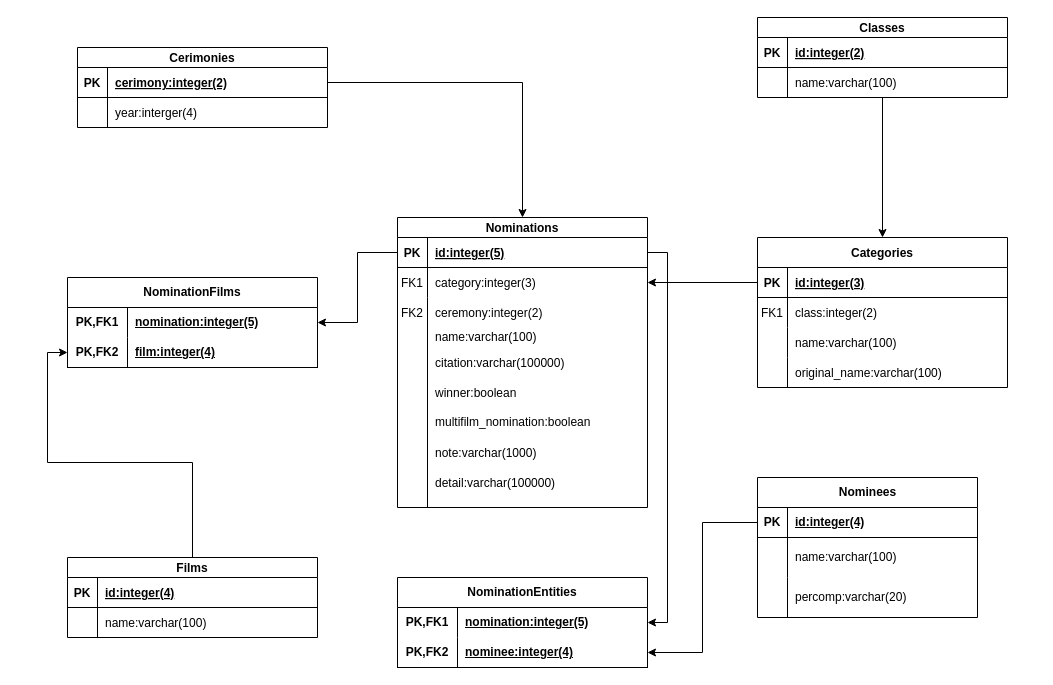
Before: modelo_relacional_oscars.drawio in QuAleAcEna/PythonAppOscars, a draw.io diagram. Source tidied: cells renumbered, new cells numbered last; positions are measured from the earlier drawing's top-left corner, leaving out a move shared by most shapes. Both pictures are drawn from the tidied source at 100%, with x=0, y=0 at pixel (67, 17).
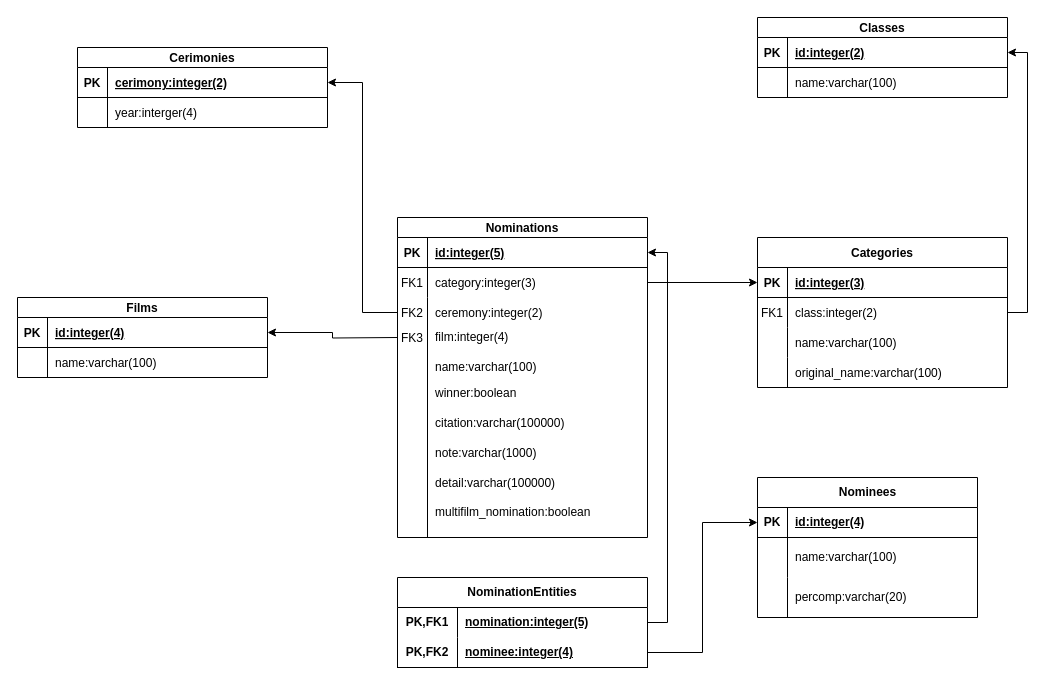
The same page after the edit.

Unchanged cells that the change refers to:
```xml
<mxCell id="2" value="Classes" style="shape=table;startSize=20;childLayout=tableLayout;rowLines=0;fontStyle=1;align=center;" parent="1" vertex="1">
  <mxGeometry x="690" width="250" height="80" as="geometry" />
</mxCell>
<mxCell id="3" style="shape=partialRectangle;fillColor=none;points=[[0,0.5],[1,0.5]];portConstraint=eastwest;top=0;left=0;right=0;bottom=1;" parent="2" vertex="1">
  <mxGeometry y="20" width="250" height="30" as="geometry" />
</mxCell>
<mxCell id="9" value="Categories" style="shape=table;startSize=30;childLayout=tableLayout;rowLines=0;fontStyle=1;align=center;" parent="1" vertex="1">
  <mxGeometry x="690" y="220" width="250" height="150" as="geometry" />
</mxCell>
<mxCell id="10" style="shape=partialRectangle;fillColor=none;points=[[0,0.5],[1,0.5]];portConstraint=eastwest;top=0;left=0;right=0;bottom=1;" parent="9" vertex="1">
  <mxGeometry y="30" width="250" height="30" as="geometry" />
</mxCell>
<mxCell id="13" style="shape=partialRectangle;fillColor=none;points=[[0,0.5],[1,0.5]];portConstraint=eastwest;top=0;left=0;right=0;bottom=0;" parent="9" vertex="1">
  <mxGeometry y="60" width="250" height="30" as="geometry" />
</mxCell>
<mxCell id="23" style="shape=partialRectangle;fillColor=none;points=[[0,0.5],[1,0.5]];portConstraint=eastwest;top=0;left=0;right=0;bottom=1;" parent="22" vertex="1">
  <mxGeometry y="20" width="250" height="30" as="geometry" />
</mxCell>
<mxCell id="30" style="shape=partialRectangle;fillColor=none;points=[[0,0.5],[1,0.5]];portConstraint=eastwest;top=0;left=0;right=0;bottom=1;" parent="29" vertex="1">
  <mxGeometry y="20" width="250" height="30" as="geometry" />
</mxCell>
<mxCell id="37" style="shape=partialRectangle;fillColor=none;points=[[0,0.5],[1,0.5]];portConstraint=eastwest;top=0;left=0;right=0;bottom=1;" parent="36" vertex="1">
  <mxGeometry y="20" width="250" height="30" as="geometry" />
</mxCell>
<mxCell id="40" style="shape=partialRectangle;fillColor=none;points=[[0,0.5],[1,0.5]];portConstraint=eastwest;top=0;left=0;right=0;bottom=0;" parent="36" vertex="1">
  <mxGeometry y="50" width="250" height="30" as="geometry" />
</mxCell>
<mxCell id="49" style="shape=tableRow;horizontal=0;startSize=0;swimlaneHead=0;swimlaneBody=0;fillColor=none;points=[[0,0.5],[1,0.5]];portConstraint=eastwest;top=0;left=0;right=0;bottom=0;html=1;" parent="48" vertex="1">
  <mxGeometry y="30" width="250" height="30" as="geometry" />
</mxCell>
<mxCell id="52" style="shape=tableRow;horizontal=0;startSize=0;swimlaneHead=0;swimlaneBody=0;fillColor=none;points=[[0,0.5],[1,0.5]];portConstraint=eastwest;top=0;left=0;right=0;bottom=1;html=1;" parent="48" vertex="1">
  <mxGeometry y="60" width="250" height="30" as="geometry" />
</mxCell>
<mxCell id="63" style="shape=tableRow;horizontal=0;startSize=0;swimlaneHead=0;swimlaneBody=0;fillColor=none;points=[[0,0.5],[1,0.5]];portConstraint=eastwest;top=0;left=0;right=0;bottom=1;" parent="62" vertex="1">
  <mxGeometry y="30" width="220" height="30" as="geometry" />
</mxCell>
<mxCell id="82" style="shape=partialRectangle;fillColor=none;points=[[0,0.5],[1,0.5]];portConstraint=eastwest;top=0;left=0;right=0;bottom=0;" parent="1" vertex="1">
  <mxGeometry x="330" y="280" width="250" height="30" as="geometry" />
</mxCell>
```

Diff of the diagram source:
```diff
@@
+    <mxCell id="85" style="edgeStyle=orthogonalEdgeStyle;rounded=0;jettySize=auto;html=1;exitX=1;exitY=0.5;exitDx=0;exitDy=0;entryX=1;entryY=0.5;entryDx=0;entryDy=0;" parent="1" edge="1" source="13" target="3">
+      <mxGeometry relative="1" as="geometry" />
+    </mxCell>
@@
-    <mxCell id="26" style="endArrow=classic;html=1;rounded=0;entryX=0.5;entryY=0;entryDx=0;entryDy=0;exitX=0.5;exitY=1;exitDx=0;exitDy=0;" parent="1" edge="1" source="2" target="9">
-      <mxGeometry relative="1" as="geometry" />
-    </mxCell>
-    <mxCell id="27" style="endArrow=classic;html=1;rounded=0;exitX=0;exitY=0.5;exitDx=0;exitDy=0;entryX=1;entryY=0.5;entryDx=0;entryDy=0;" parent="1" edge="1" source="10" target="40">
-      <mxGeometry relative="1" as="geometry" />
-    </mxCell>
-    <mxCell id="28" style="edgeStyle=orthogonalEdgeStyle;rounded=0;jettySize=auto;html=1;exitX=0.5;exitY=0;exitDx=0;exitDy=0;entryX=0;entryY=0.5;entryDx=0;entryDy=0;" parent="1" edge="1" source="29" target="77">
-      <mxGeometry relative="1" as="geometry" />
-    </mxCell>
     <mxCell id="29" value="Films" style="shape=table;startSize=20;childLayout=tableLayout;rowLines=0;fontStyle=1;align=center;" parent="1" vertex="1">
-      <mxGeometry y="540" width="250" height="80" as="geometry" />
+      <mxGeometry x="-50" y="280" width="250" height="80" as="geometry" />
     </mxCell>
@@
+    <mxCell id="86" style="edgeStyle=orthogonalEdgeStyle;rounded=0;jettySize=auto;html=1;entryX=1;entryY=0.5;entryDx=0;entryDy=0;" parent="1" edge="1" target="30">
+      <mxGeometry relative="1" as="geometry">
+        <mxPoint x="330" y="320" as="sourcePoint" />
+      </mxGeometry>
+    </mxCell>
     <mxCell id="36" value="Nominations" style="shape=table;startSize=20;childLayout=tableLayout;rowLines=0;fontStyle=1;align=center;swimlaneLine=1;" parent="1" vertex="1">
-      <mxGeometry x="330" y="200" width="250" height="290" as="geometry" />
+      <mxGeometry x="330" y="200" width="250" height="320" as="geometry" />
     </mxCell>
@@
     <mxCell id="45" value="citation:varchar(100000)" style="shape=partialRectangle;overflow=hidden;fillColor=none;top=0;left=0;bottom=0;right=0;align=left;spacingLeft=6;" parent="1" vertex="1">
-      <mxGeometry x="360" y="330" width="220" height="30" as="geometry" />
+      <mxGeometry x="360" y="390" width="220" height="30" as="geometry" />
     </mxCell>
@@
     <mxCell id="47" style="endArrow=none;html=1;rounded=0;" parent="1" edge="1">
       <mxGeometry relative="1" as="geometry">
-        <mxPoint x="360" y="490" as="sourcePoint" />
+        <mxPoint x="360" y="520" as="sourcePoint" />
         <mxPoint x="360" y="280" as="targetPoint" />
       </mxGeometry>
     </mxCell>
@@
-    <mxCell id="55" style="edgeStyle=orthogonalEdgeStyle;rounded=0;jettySize=auto;html=1;exitX=1;exitY=0.5;exitDx=0;exitDy=0;entryX=1;entryY=0.5;entryDx=0;entryDy=0;" parent="1" edge="1" source="37" target="49">
-      <mxGeometry relative="1" as="geometry" />
-    </mxCell>
-    <mxCell id="56" style="edgeStyle=orthogonalEdgeStyle;rounded=0;jettySize=auto;html=1;exitX=0;exitY=0.5;exitDx=0;exitDy=0;entryX=1;entryY=0.5;entryDx=0;entryDy=0;" parent="1" edge="1" source="63" target="52">
-      <mxGeometry relative="1" as="geometry" />
-    </mxCell>
@@
     <mxCell id="61" value="multifilm_nomination:boolean" style="shape=partialRectangle;fillColor=none;top=0;left=0;bottom=0;right=0;align=left;spacingLeft=6;overflow=hidden;whiteSpace=wrap;html=1;" parent="1" vertex="1">
-      <mxGeometry x="360" y="390" width="190" height="30" as="geometry" />
+      <mxGeometry x="360" y="480" width="190" height="30" as="geometry" />
     </mxCell>
@@
     <mxCell id="72" value="name:varchar(100)" style="shape=partialRectangle;fillColor=none;top=0;left=0;bottom=0;right=0;align=left;spacingLeft=6;overflow=hidden;whiteSpace=wrap;html=1;" parent="1" vertex="1">
-      <mxGeometry x="360" y="300" width="190" height="40" as="geometry" />
+      <mxGeometry x="360" y="330" width="190" height="40" as="geometry" />
     </mxCell>
-    <mxCell id="73" value="NominationFilms" style="shape=table;startSize=30;childLayout=tableLayout;rowLines=0;fontStyle=1;align=center;html=1;whiteSpace=wrap;" parent="1" vertex="1">
-      <mxGeometry y="260" width="250" height="90" as="geometry" />
-    </mxCell>
-    <mxCell id="74" style="shape=tableRow;horizontal=0;startSize=0;swimlaneHead=0;swimlaneBody=0;fillColor=none;points=[[0,0.5],[1,0.5]];portConstraint=eastwest;top=0;left=0;right=0;bottom=0;html=1;" parent="73" vertex="1">
-      <mxGeometry y="30" width="250" height="30" as="geometry" />
-    </mxCell>
-    <mxCell id="75" value="PK,FK1" style="shape=partialRectangle;fillColor=none;top=0;left=0;bottom=0;right=0;fontStyle=1;overflow=hidden;html=1;whiteSpace=wrap;" parent="74" vertex="1">
-      <mxGeometry width="60" height="30" as="geometry" />
-    </mxCell>
-    <mxCell id="76" value="nomination:integer(5)" style="shape=partialRectangle;fillColor=none;top=0;left=0;bottom=0;right=0;align=left;spacingLeft=6;fontStyle=5;overflow=hidden;html=1;whiteSpace=wrap;" parent="74" vertex="1">
-      <mxGeometry x="60" width="190" height="30" as="geometry" />
-    </mxCell>
-    <mxCell id="77" style="shape=tableRow;horizontal=0;startSize=0;swimlaneHead=0;swimlaneBody=0;fillColor=none;points=[[0,0.5],[1,0.5]];portConstraint=eastwest;top=0;left=0;right=0;bottom=1;html=1;" parent="73" vertex="1">
-      <mxGeometry y="60" width="250" height="30" as="geometry" />
-    </mxCell>
-    <mxCell id="78" value="PK,FK2" style="shape=partialRectangle;fillColor=none;top=0;left=0;bottom=0;right=0;fontStyle=1;overflow=hidden;html=1;whiteSpace=wrap;" parent="77" vertex="1">
-      <mxGeometry width="60" height="30" as="geometry" />
-    </mxCell>
-    <mxCell id="79" value="film:integer(4)" style="shape=partialRectangle;fillColor=none;top=0;left=0;bottom=0;right=0;align=left;spacingLeft=6;fontStyle=5;overflow=hidden;html=1;whiteSpace=wrap;" parent="77" vertex="1">
-      <mxGeometry x="60" width="190" height="30" as="geometry" />
-    </mxCell>
-    <mxCell id="80" style="edgeStyle=orthogonalEdgeStyle;rounded=0;jettySize=auto;html=1;exitX=0;exitY=0.5;exitDx=0;exitDy=0;entryX=1;entryY=0.5;entryDx=0;entryDy=0;" parent="1" edge="1" source="37" target="74">
-      <mxGeometry relative="1" as="geometry" />
-    </mxCell>
-    <mxCell id="81" style="edgeStyle=orthogonalEdgeStyle;rounded=0;jettySize=auto;html=1;exitX=1;exitY=0.5;exitDx=0;exitDy=0;" parent="1" edge="1" source="23" target="36">
-      <mxGeometry relative="1" as="geometry" />
-    </mxCell>
+    <mxCell id="87" style="edgeStyle=orthogonalEdgeStyle;rounded=0;jettySize=auto;html=1;exitX=0;exitY=0.5;exitDx=0;exitDy=0;entryX=1;entryY=0.5;entryDx=0;entryDy=0;" parent="1" edge="1" source="82" target="23">
+      <mxGeometry relative="1" as="geometry" />
+    </mxCell>
@@
+    <mxCell id="88" style="edgeStyle=orthogonalEdgeStyle;rounded=0;jettySize=auto;html=1;exitX=1;exitY=0.5;exitDx=0;exitDy=0;entryX=0;entryY=0.5;entryDx=0;entryDy=0;" parent="1" edge="1" source="40" target="10">
+      <mxGeometry relative="1" as="geometry" />
+    </mxCell>
+    <mxCell id="89" style="edgeStyle=orthogonalEdgeStyle;rounded=0;jettySize=auto;html=1;exitX=1;exitY=0.5;exitDx=0;exitDy=0;entryX=1;entryY=0.5;entryDx=0;entryDy=0;" parent="1" edge="1" source="49" target="37">
+      <mxGeometry relative="1" as="geometry" />
+    </mxCell>
+    <mxCell id="90" style="edgeStyle=orthogonalEdgeStyle;rounded=0;jettySize=auto;html=1;exitX=1;exitY=0.5;exitDx=0;exitDy=0;entryX=0;entryY=0.5;entryDx=0;entryDy=0;" parent="1" edge="1" source="52" target="63">
+      <mxGeometry relative="1" as="geometry" />
+    </mxCell>
+    <mxCell id="79" value="film:integer(4)" style="shape=partialRectangle;fillColor=none;top=0;left=0;bottom=0;right=0;align=left;spacingLeft=6;overflow=hidden;whiteSpace=wrap;html=1;" parent="1" vertex="1">
+      <mxGeometry x="360" y="300" width="190" height="40" as="geometry" />
+    </mxCell>
+    <mxCell id="91" value="FK3" style="shape=partialRectangle;overflow=hidden;fillColor=none;top=0;left=0;bottom=0;right=0;" parent="1" vertex="1">
+      <mxGeometry x="330" y="305" width="30" height="30" as="geometry" />
+    </mxCell>
```
